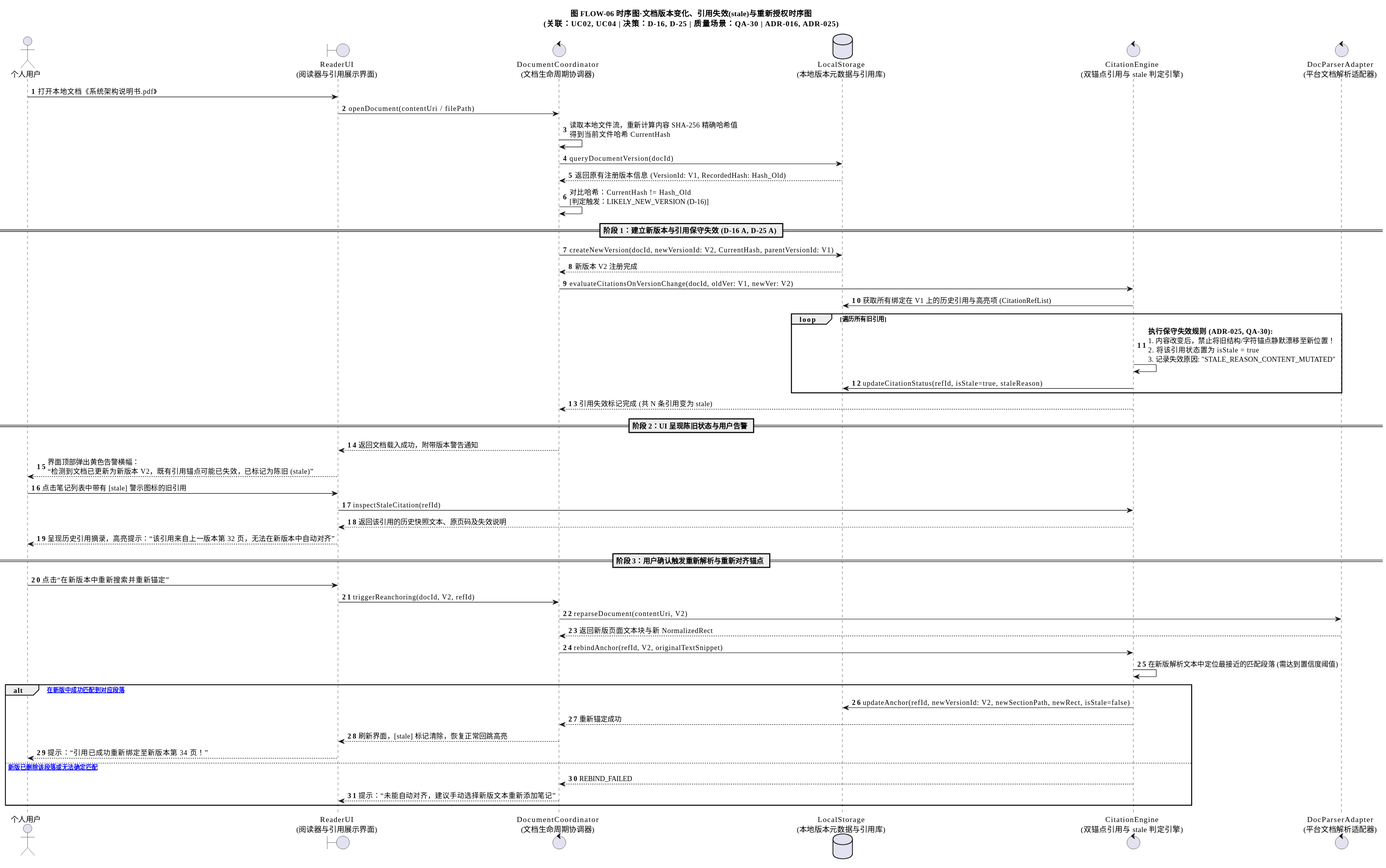
Before: docs/架构设计/阶段成果-V0.4-双端需求补充/41-架构视图与图件交付包-V1.0/导出图-SVG/FLOW-06-文档版本变化引用失效stale与重新授权时序图.svg, a diagram exported from PlantUML (Aut-172/Intelligent-Reader). Its diagram source:
```plantuml
@startuml
title 图 FLOW-06 时序图·文档版本变化、引用失效(stale)与重新授权时序图\n(关联：UC02, UC04 | 决策：D-16, D-25 | 质量场景：QA-30 | ADR-016, ADR-025)
autonumber
skinparam shadowing false
skinparam defaultFontName Microsoft YaHei

actor "个人用户" as User
boundary "ReaderUI\n(阅读器与引用展示界面)" as UI
control "DocumentCoordinator\n(文档生命周期协调器)" as DocCoord
database "LocalStorage\n(本地版本元数据与引用库)" as Store
control "CitationEngine\n(双锚点引用与 stale 判定引擎)" as CitEngine
control "DocParserAdapter\n(平台文档解析适配器)" as Parser

User -> UI : 打开本地文档《系统架构说明书.pdf》
UI -> DocCoord : openDocument(contentUri / filePath)

DocCoord -> DocCoord : 读取本地文件流，重新计算内容 SHA-256 精确哈希值\n得到当前文件哈希 CurrentHash

DocCoord -> Store : queryDocumentVersion(docId)
Store --> DocCoord : 返回原有注册版本信息 (VersionId: V1, RecordedHash: Hash_Old)

DocCoord -> DocCoord : 对比哈希：CurrentHash != Hash_Old\n[判定触发：LIKELY_NEW_VERSION (D-16)]

== 阶段 1：建立新版本与引用保守失效 (D-16 A, D-25 A) ==

DocCoord -> Store : createNewVersion(docId, newVersionId: V2, CurrentHash, parentVersionId: V1)
Store --> DocCoord : 新版本 V2 注册完成

DocCoord -> CitEngine : evaluateCitationsOnVersionChange(docId, oldVer: V1, newVer: V2)
CitEngine -> Store : 获取所有绑定在 V1 上的历史引用与高亮项 (CitationRefList)

loop 遍历所有旧引用
    CitEngine -> CitEngine : **执行保守失效规则 (ADR-025, QA-30):**\n1. 内容改变后，禁止将旧结构/字符锚点静默漂移至新位置！\n2. 将该引用状态置为 isStale = true\n3. 记录失效原因: "STALE_REASON_CONTENT_MUTATED"
    CitEngine -> Store : updateCitationStatus(refId, isStale=true, staleReason)
end

CitEngine --> DocCoord : 引用失效标记完成 (共 N 条引用变为 stale)

== 阶段 2：UI 呈现陈旧状态与用户告警 ==

DocCoord --> UI : 返回文档载入成功，附带版本警告通知
UI --> User : 界面顶部弹出黄色告警横幅：\n“检测到文档已更新为新版本 V2，既有引用锚点可能已失效，已标记为陈旧 (stale)”

User -> UI : 点击笔记列表中带有 [stale] 警示图标的旧引用
UI -> CitEngine : inspectStaleCitation(refId)
CitEngine --> UI : 返回该引用的历史快照文本、原页码及失效说明
UI --> User : 呈现历史引用摘录，高亮提示：“该引用来自上一版本第 32 页，无法在新版本中自动对齐”

== 阶段 3：用户确认触发重新解析与重新对齐锚点 ==

User -> UI : 点击“在新版本中重新搜索并重新锚定”
UI -> DocCoord : triggerReanchoring(docId, V2, refId)

DocCoord -> Parser : reparseDocument(contentUri, V2)
Parser --> DocCoord : 返回新版页面文本块与新 NormalizedRect

DocCoord -> CitEngine : rebindAnchor(refId, V2, originalTextSnippet)
CitEngine -> CitEngine : 在新版解析文本中定位最接近的匹配段落 (需达到置信度阈值)
alt [在新版中成功匹配到对应段落]
    CitEngine -> Store : updateAnchor(refId, newVersionId: V2, newSectionPath, newRect, isStale=false)
    CitEngine --> DocCoord : 重新锚定成功
    DocCoord --> UI : 刷新界面，[stale] 标记清除，恢复正常回跳高亮
    UI --> User : 提示：“引用已成功重新绑定至新版本第 34 页！”
else [新版已删除该段落或无法确定匹配]
    CitEngine --> DocCoord : REBIND_FAILED
    DocCoord --> UI : 提示：“未能自动对齐，建议手动选择新版文本重新添加笔记”
end
@enduml
```
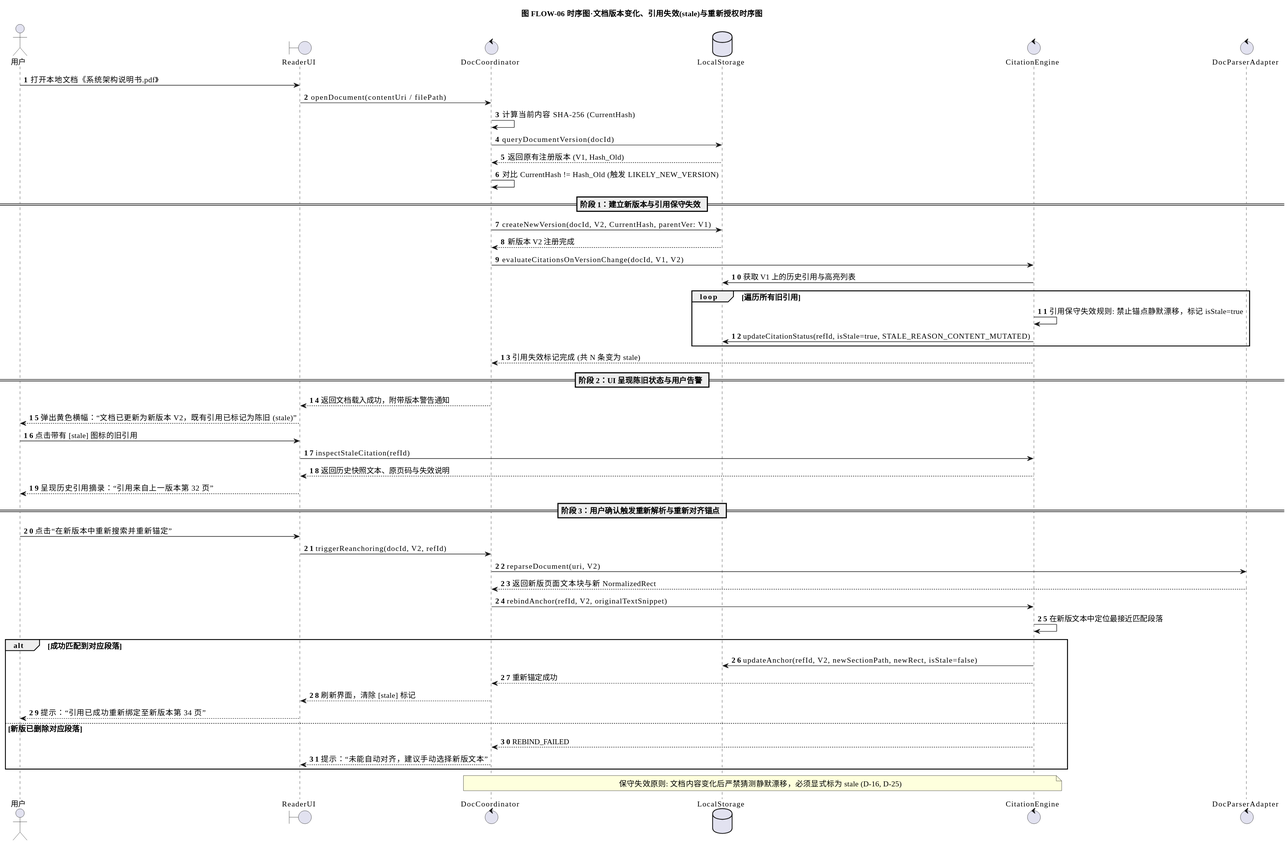
After the commit.

The edit, as a diff of the source:
```diff
@@ -1,68 +1,72 @@
 @startuml
-title 图 FLOW-06 时序图·文档版本变化、引用失效(stale)与重新授权时序图\n(关联：UC02, UC04 | 决策：D-16, D-25 | 质量场景：QA-30 | ADR-016, ADR-025)
+title 图 FLOW-06 时序图·文档版本变化、引用失效(stale)与重新授权时序图
 autonumber
 skinparam shadowing false
 skinparam defaultFontName Microsoft YaHei
+skinparam defaultFontSize 14
+skinparam ParticipantPadding 10
+skinparam BoxPadding 10
 
-actor "个人用户" as User
-boundary "ReaderUI\n(阅读器与引用展示界面)" as UI
-control "DocumentCoordinator\n(文档生命周期协调器)" as DocCoord
-database "LocalStorage\n(本地版本元数据与引用库)" as Store
-control "CitationEngine\n(双锚点引用与 stale 判定引擎)" as CitEngine
-control "DocParserAdapter\n(平台文档解析适配器)" as Parser
+actor "用户" as User
+boundary "ReaderUI" as UI
+control "DocCoordinator" as DocCoord
+database "LocalStorage" as Store
+control "CitationEngine" as CitEngine
+control "DocParserAdapter" as Parser
 
 User -> UI : 打开本地文档《系统架构说明书.pdf》
 UI -> DocCoord : openDocument(contentUri / filePath)
 
-DocCoord -> DocCoord : 读取本地文件流，重新计算内容 SHA-256 精确哈希值\n得到当前文件哈希 CurrentHash
+DocCoord -> DocCoord : 计算当前内容 SHA-256 (CurrentHash)
+DocCoord -> Store : queryDocumentVersion(docId)
+Store --> DocCoord : 返回原有注册版本 (V1, Hash_Old)
 
-DocCoord -> Store : queryDocumentVersion(docId)
-Store --> DocCoord : 返回原有注册版本信息 (VersionId: V1, RecordedHash: Hash_Old)
+DocCoord -> DocCoord : 对比 CurrentHash != Hash_Old (触发 LIKELY_NEW_VERSION)
 
-DocCoord -> DocCoord : 对比哈希：CurrentHash != Hash_Old\n[判定触发：LIKELY_NEW_VERSION (D-16)]
+== 阶段 1：建立新版本与引用保守失效 ==
 
-== 阶段 1：建立新版本与引用保守失效 (D-16 A, D-25 A) ==
-
-DocCoord -> Store : createNewVersion(docId, newVersionId: V2, CurrentHash, parentVersionId: V1)
+DocCoord -> Store : createNewVersion(docId, V2, CurrentHash, parentVer: V1)
 Store --> DocCoord : 新版本 V2 注册完成
 
-DocCoord -> CitEngine : evaluateCitationsOnVersionChange(docId, oldVer: V1, newVer: V2)
-CitEngine -> Store : 获取所有绑定在 V1 上的历史引用与高亮项 (CitationRefList)
+DocCoord -> CitEngine : evaluateCitationsOnVersionChange(docId, V1, V2)
+CitEngine -> Store : 获取 V1 上的历史引用与高亮列表
 
 loop 遍历所有旧引用
-    CitEngine -> CitEngine : **执行保守失效规则 (ADR-025, QA-30):**\n1. 内容改变后，禁止将旧结构/字符锚点静默漂移至新位置！\n2. 将该引用状态置为 isStale = true\n3. 记录失效原因: "STALE_REASON_CONTENT_MUTATED"
-    CitEngine -> Store : updateCitationStatus(refId, isStale=true, staleReason)
+    CitEngine -> CitEngine : 引用保守失效规则: 禁止锚点静默漂移，标记 isStale=true
+    CitEngine -> Store : updateCitationStatus(refId, isStale=true, STALE_REASON_CONTENT_MUTATED)
 end
 
-CitEngine --> DocCoord : 引用失效标记完成 (共 N 条引用变为 stale)
+CitEngine --> DocCoord : 引用失效标记完成 (共 N 条变为 stale)
 
 == 阶段 2：UI 呈现陈旧状态与用户告警 ==
 
 DocCoord --> UI : 返回文档载入成功，附带版本警告通知
-UI --> User : 界面顶部弹出黄色告警横幅：\n“检测到文档已更新为新版本 V2，既有引用锚点可能已失效，已标记为陈旧 (stale)”
+UI --> User : 弹出黄色横幅：“文档已更新为新版本 V2，既有引用已标记为陈旧 (stale)”
 
-User -> UI : 点击笔记列表中带有 [stale] 警示图标的旧引用
+User -> UI : 点击带有 [stale] 图标的旧引用
 UI -> CitEngine : inspectStaleCitation(refId)
-CitEngine --> UI : 返回该引用的历史快照文本、原页码及失效说明
-UI --> User : 呈现历史引用摘录，高亮提示：“该引用来自上一版本第 32 页，无法在新版本中自动对齐”
+CitEngine --> UI : 返回历史快照文本、原页码与失效说明
+UI --> User : 呈现历史引用摘录：“引用来自上一版本第 32 页”
 
 == 阶段 3：用户确认触发重新解析与重新对齐锚点 ==
 
 User -> UI : 点击“在新版本中重新搜索并重新锚定”
 UI -> DocCoord : triggerReanchoring(docId, V2, refId)
 
-DocCoord -> Parser : reparseDocument(contentUri, V2)
+DocCoord -> Parser : reparseDocument(uri, V2)
 Parser --> DocCoord : 返回新版页面文本块与新 NormalizedRect
 
 DocCoord -> CitEngine : rebindAnchor(refId, V2, originalTextSnippet)
-CitEngine -> CitEngine : 在新版解析文本中定位最接近的匹配段落 (需达到置信度阈值)
-alt [在新版中成功匹配到对应段落]
-    CitEngine -> Store : updateAnchor(refId, newVersionId: V2, newSectionPath, newRect, isStale=false)
+CitEngine -> CitEngine : 在新版文本中定位最接近匹配段落
+alt 成功匹配到对应段落
+    CitEngine -> Store : updateAnchor(refId, V2, newSectionPath, newRect, isStale=false)
     CitEngine --> DocCoord : 重新锚定成功
-    DocCoord --> UI : 刷新界面，[stale] 标记清除，恢复正常回跳高亮
-    UI --> User : 提示：“引用已成功重新绑定至新版本第 34 页！”
-else [新版已删除该段落或无法确定匹配]
+    DocCoord --> UI : 刷新界面，清除 [stale] 标记
+    UI --> User : 提示：“引用已成功重新绑定至新版本第 34 页”
+else 新版已删除对应段落
     CitEngine --> DocCoord : REBIND_FAILED
-    DocCoord --> UI : 提示：“未能自动对齐，建议手动选择新版文本重新添加笔记”
+    DocCoord --> UI : 提示：“未能自动对齐，建议手动选择新版文本”
 end
+
+note over DocCoord, CitEngine : 保守失效原则: 文档内容变化后严禁猜测静默漂移，必须显式标为 stale (D-16, D-25)
 @enduml
```
